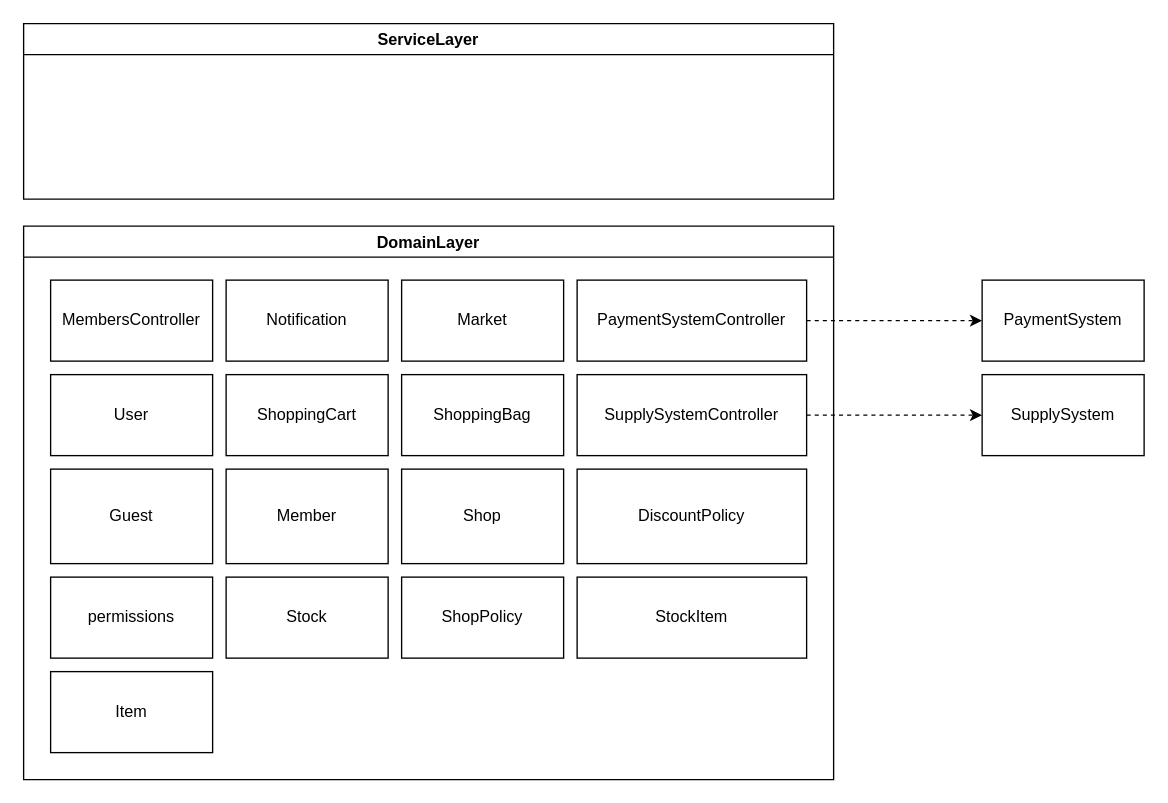
mikecprogram/workshop-special-potato-shuk keeps this draw.io diagram as Docs/V0_Architecture.drawio. Above is the earlier version. Source tidied: cells renumbered, new cells numbered last; positions are measured from the earlier drawing's top-left corner, leaving out a move shared by most shapes. Both pictures are drawn from the tidied source at 135%, with x=0, y=0 at pixel (23, 23).
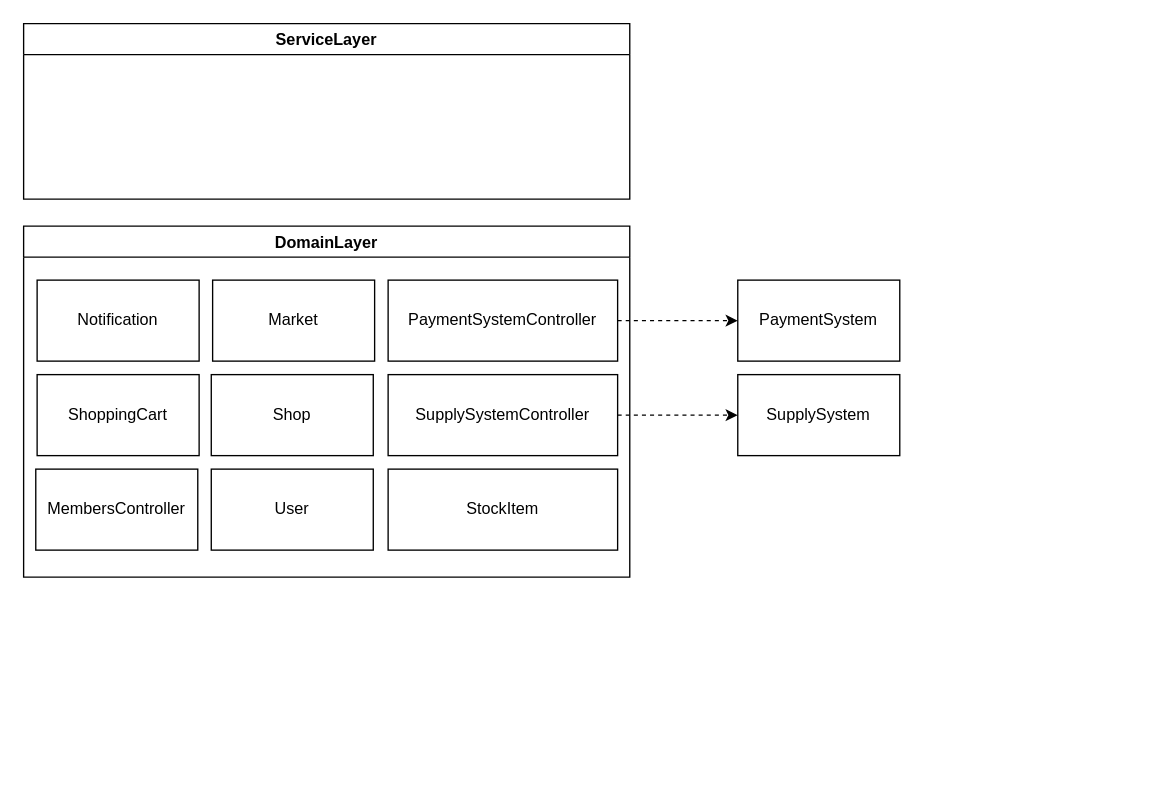
The same page after the edit.

Commit message (it also covers changes not shown here):
Fixed diagrams according to Andalus's comments

Diff of the diagram source:
```diff
@@
-    <mxCell id="2" value="Market" style="rounded=0;whiteSpace=wrap;html=1;" parent="1" vertex="1">
-      <mxGeometry x="280" y="190" width="120" height="60" as="geometry" />
-    </mxCell>
-    <mxCell id="3" value="User" style="rounded=0;whiteSpace=wrap;html=1;" parent="1" vertex="1">
-      <mxGeometry x="20" y="260" width="120" height="60" as="geometry" />
-    </mxCell>
-    <mxCell id="4" value="Guest" style="rounded=0;whiteSpace=wrap;html=1;" parent="1" vertex="1">
-      <mxGeometry x="20" y="330" width="120" height="70" as="geometry" />
-    </mxCell>
-    <mxCell id="5" value="Member" style="rounded=0;whiteSpace=wrap;html=1;" parent="1" vertex="1">
-      <mxGeometry x="150" y="330" width="120" height="70" as="geometry" />
-    </mxCell>
-    <mxCell id="6" value="Shop" style="rounded=0;whiteSpace=wrap;html=1;" parent="1" vertex="1">
-      <mxGeometry x="280" y="330" width="120" height="70" as="geometry" />
-    </mxCell>
-    <mxCell id="7" value="&lt;span style=&quot;text-align: left&quot;&gt;permissions&lt;/span&gt;" style="rounded=0;whiteSpace=wrap;html=1;" parent="1" vertex="1">
-      <mxGeometry x="20" y="410" width="120" height="60" as="geometry" />
-    </mxCell>
-    <mxCell id="8" value="Stock" style="rounded=0;whiteSpace=wrap;html=1;" parent="1" vertex="1">
-      <mxGeometry x="150" y="410" width="120" height="60" as="geometry" />
-    </mxCell>
     <mxCell id="9" value="PaymentSystem" style="rounded=0;whiteSpace=wrap;html=1;" parent="1" vertex="1">
-      <mxGeometry x="710" y="190" width="120" height="60" as="geometry" />
+      <mxGeometry x="529" y="190" width="120" height="60" as="geometry" />
     </mxCell>
     <mxCell id="10" value="SupplySystem&lt;br&gt;" style="rounded=0;whiteSpace=wrap;html=1;" parent="1" vertex="1">
-      <mxGeometry x="710" y="260" width="120" height="60" as="geometry" />
+      <mxGeometry x="529" y="260" width="120" height="60" as="geometry" />
     </mxCell>
+    <mxCell id="16" value="DomainLayer" style="swimlane;" parent="1" vertex="1">
+      <mxGeometry y="150" width="449" height="260" as="geometry" />
+    </mxCell>
+    <mxCell id="2" value="Market" style="rounded=0;whiteSpace=wrap;html=1;" parent="16" vertex="1">
+      <mxGeometry x="140" y="40" width="120" height="60" as="geometry" />
+    </mxCell>
-    <mxCell id="11" value="&lt;span style=&quot;text-align: left&quot;&gt;Notification&lt;/span&gt;" style="rounded=0;whiteSpace=wrap;html=1;" parent="1" vertex="1">
-      <mxGeometry x="150" y="190" width="120" height="60" as="geometry" />
+    <mxCell id="11" value="&lt;span style=&quot;text-align: left&quot;&gt;Notification&lt;/span&gt;" style="rounded=0;whiteSpace=wrap;html=1;" parent="16" vertex="1">
+      <mxGeometry x="10" y="40" width="120" height="60" as="geometry" />
     </mxCell>
-    <mxCell id="12" value="ShoppingCart" style="rounded=0;whiteSpace=wrap;html=1;" parent="1" vertex="1">
-      <mxGeometry x="150" y="260" width="120" height="60" as="geometry" />
+    <mxCell id="12" value="ShoppingCart" style="rounded=0;whiteSpace=wrap;html=1;" parent="16" vertex="1">
+      <mxGeometry x="10" y="110" width="120" height="60" as="geometry" />
     </mxCell>
-    <mxCell id="13" value="MembersController" style="rounded=0;whiteSpace=wrap;html=1;" parent="1" vertex="1">
-      <mxGeometry x="20" y="190" width="120" height="60" as="geometry" />
-    </mxCell>
-    <mxCell id="14" value="&lt;span&gt;Item&lt;/span&gt;" style="rounded=0;whiteSpace=wrap;html=1;" parent="1" vertex="1">
-      <mxGeometry x="20" y="480" width="120" height="60" as="geometry" />
-    </mxCell>
-    <mxCell id="15" value="ShoppingBag" style="rounded=0;whiteSpace=wrap;html=1;" parent="1" vertex="1">
-      <mxGeometry x="280" y="260" width="120" height="60" as="geometry" />
-    </mxCell>
-    <mxCell id="16" value="DomainLayer" style="swimlane;" parent="1" vertex="1">
-      <mxGeometry y="150" width="600" height="410" as="geometry" />
-    </mxCell>
     <mxCell id="17" value="PaymentSystemController" style="rounded=0;whiteSpace=wrap;html=1;" parent="16" vertex="1">
-      <mxGeometry x="410" y="40" width="170" height="60" as="geometry" />
+      <mxGeometry x="270" y="40" width="170" height="60" as="geometry" />
     </mxCell>
     <mxCell id="18" value="SupplySystemController" style="rounded=0;whiteSpace=wrap;html=1;" parent="16" vertex="1">
-      <mxGeometry x="410" y="110" width="170" height="60" as="geometry" />
+      <mxGeometry x="270" y="110" width="170" height="60" as="geometry" />
     </mxCell>
-    <mxCell id="19" value="&lt;span lang=&quot;EN-US&quot; style=&quot;font-size: 9pt ; line-height: 107% ; font-family: &amp;#34;helvetica&amp;#34; , sans-serif&quot;&gt;DiscountPolicy&lt;/span&gt;" style="rounded=0;whiteSpace=wrap;html=1;" parent="16" vertex="1">
-      <mxGeometry x="410" y="180" width="170" height="70" as="geometry" />
-    </mxCell>
-    <mxCell id="20" value="ShopPolicy" style="rounded=0;whiteSpace=wrap;html=1;" parent="16" vertex="1">
-      <mxGeometry x="280" y="260" width="120" height="60" as="geometry" />
-    </mxCell>
     <mxCell id="21" value="StockItem" style="rounded=0;whiteSpace=wrap;html=1;" parent="16" vertex="1">
-      <mxGeometry x="410" y="260" width="170" height="60" as="geometry" />
+      <mxGeometry x="270" y="180" width="170" height="60" as="geometry" />
     </mxCell>
+    <mxCell id="6" value="Shop" style="rounded=0;whiteSpace=wrap;html=1;" parent="16" vertex="1">
+      <mxGeometry x="139" y="110" width="120" height="60" as="geometry" />
+    </mxCell>
+    <mxCell id="3" value="User" style="rounded=0;whiteSpace=wrap;html=1;" parent="16" vertex="1">
+      <mxGeometry x="139" y="180" width="120" height="60" as="geometry" />
+    </mxCell>
+    <mxCell id="13" value="MembersController" style="rounded=0;whiteSpace=wrap;html=1;" parent="16" vertex="1">
+      <mxGeometry x="9" y="180" width="120" height="60" as="geometry" />
+    </mxCell>
@@
     <mxCell id="24" value="ServiceLayer" style="swimlane;" parent="1" vertex="1">
-      <mxGeometry width="600" height="130" as="geometry" />
+      <mxGeometry width="449" height="130" as="geometry" />
     </mxCell>
```
